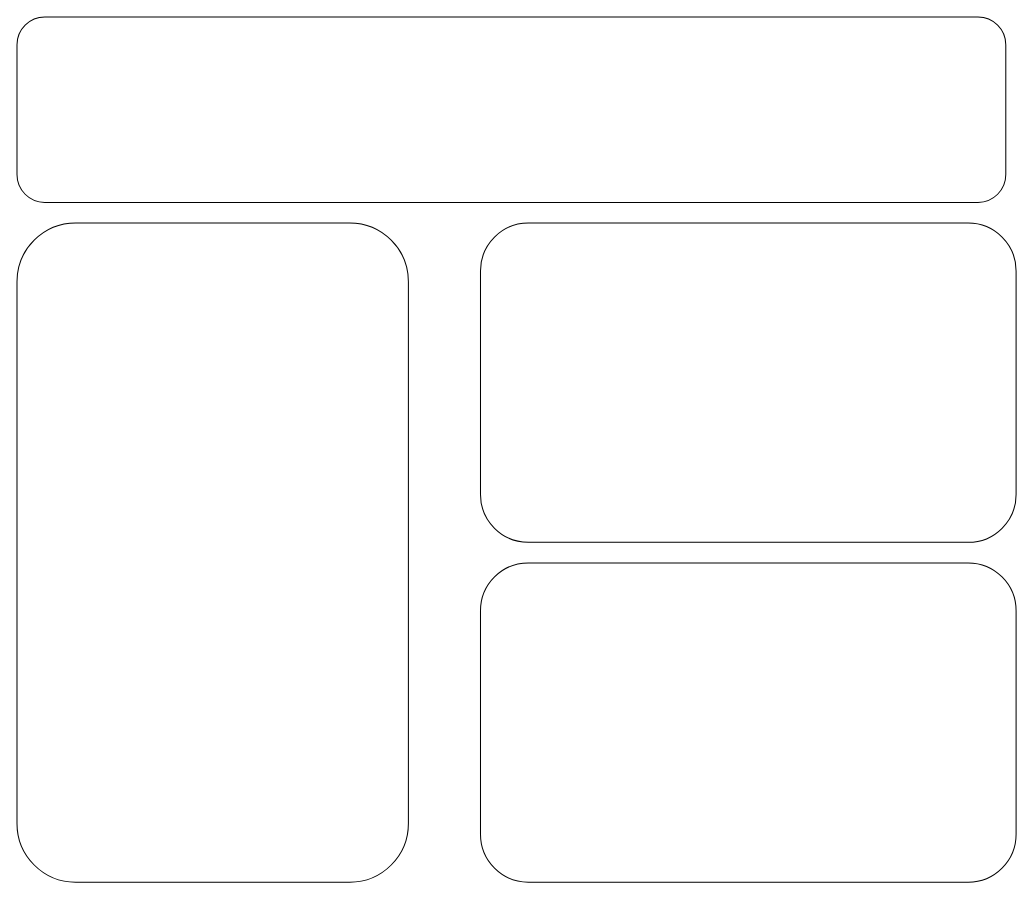
This is OA Clustering Pipeline.drawio from caitzpp/VT9_Identifying-Severities-in-Osteoarthritis, a draw.io file, before an edit. Source tidied: cells renumbered, new cells numbered last; positions are measured from the earlier drawing's top-left corner, leaving out a move shared by most shapes. Both pictures are drawn from the tidied source at 103%, with x=0, y=0 at pixel (16, 16).
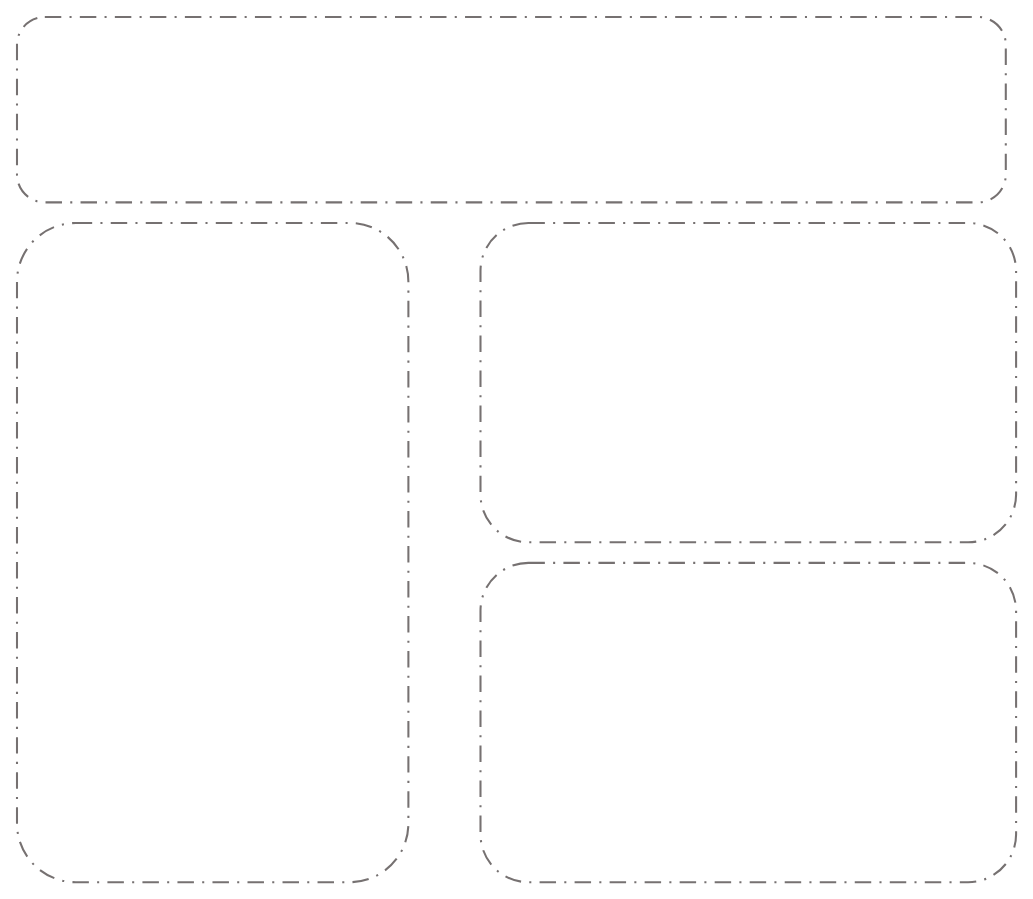
The same diagram, later.

Change to the diagram source:
```diff
@@
 <mxGraphModel>
   <root>
     <mxCell id="0" />
     <mxCell id="1" parent="0" />
-    <mxCell id="2" style="rounded=1;whiteSpace=wrap;html=1;" parent="1" vertex="1">
+    <mxCell id="2" style="rounded=1;whiteSpace=wrap;html=1;dashed=1;dashPattern=8 4 1 4;strokeColor=#767171;strokeWidth=2;align=center;verticalAlign=middle;fontFamily=Helvetica;fontSize=12;fontColor=default;fillColor=none;" parent="1" vertex="1">
       <mxGeometry y="200" width="380" height="640" as="geometry" />
     </mxCell>
-    <mxCell id="3" style="rounded=1;whiteSpace=wrap;html=1;" parent="1" vertex="1">
+    <mxCell id="3" style="rounded=1;whiteSpace=wrap;html=1;fillColor=none;strokeColor=#767171;dashed=1;dashPattern=8 4 1 4;strokeWidth=2;" parent="1" vertex="1">
       <mxGeometry x="450" y="200" width="520" height="310" as="geometry" />
     </mxCell>
-    <mxCell id="4" style="rounded=1;whiteSpace=wrap;html=1;" parent="1" vertex="1">
+    <mxCell id="4" style="rounded=1;whiteSpace=wrap;html=1;dashed=1;dashPattern=8 4 1 4;strokeColor=#767171;strokeWidth=2;align=center;verticalAlign=middle;fontFamily=Helvetica;fontSize=12;fontColor=default;fillColor=none;" parent="1" vertex="1">
       <mxGeometry x="450" y="530" width="520" height="310" as="geometry" />
     </mxCell>
-    <mxCell id="5" style="rounded=1;whiteSpace=wrap;html=1;" parent="1" vertex="1">
+    <mxCell id="5" style="rounded=1;whiteSpace=wrap;html=1;dashed=1;dashPattern=8 4 1 4;strokeColor=#767171;strokeWidth=2;align=center;verticalAlign=middle;fontFamily=Helvetica;fontSize=12;fontColor=default;fillColor=none;" parent="1" vertex="1">
       <mxGeometry width="960" height="180" as="geometry" />
     </mxCell>
   </root>
 </mxGraphModel>
```
